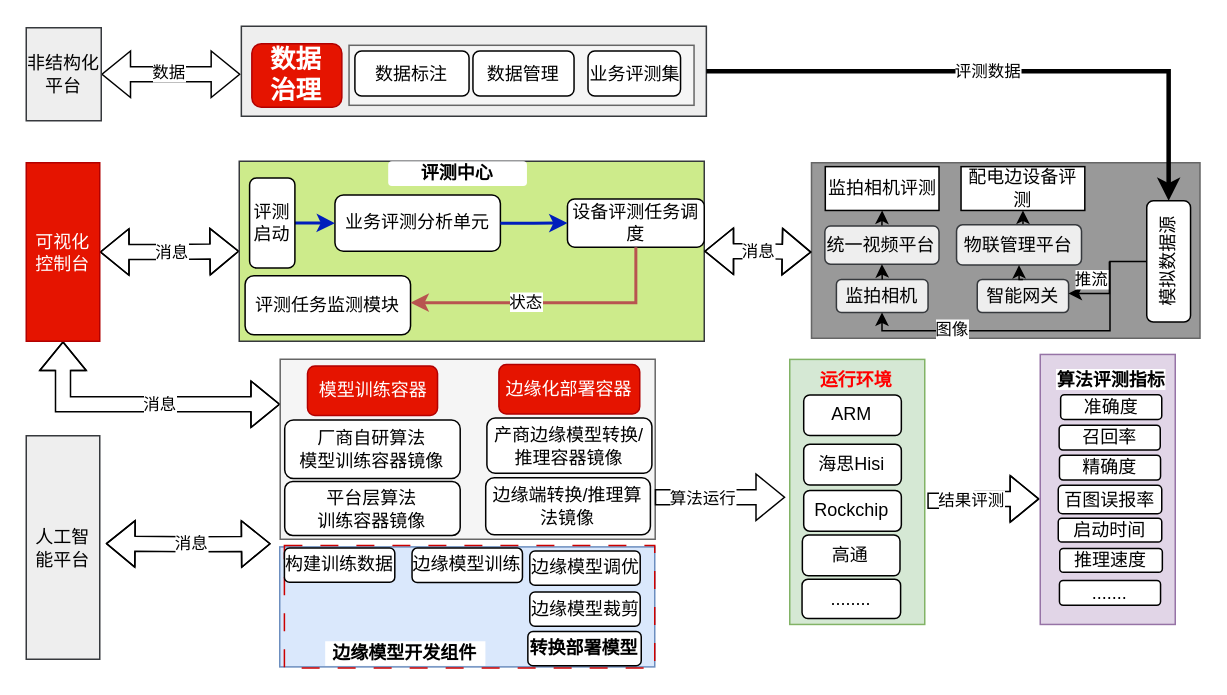
Before: page "第 1 页" (1 of 2) of 验证实验评测平台4.0.drawio in paleblackless/diagrams, a draw.io diagram. Source tidied: cells renumbered, new cells numbered last; positions are measured from the earlier drawing's top-left corner, leaving out a move shared by most shapes. Both pictures are drawn from the tidied source at 150%, with x=0, y=0 at pixel (26, 26).
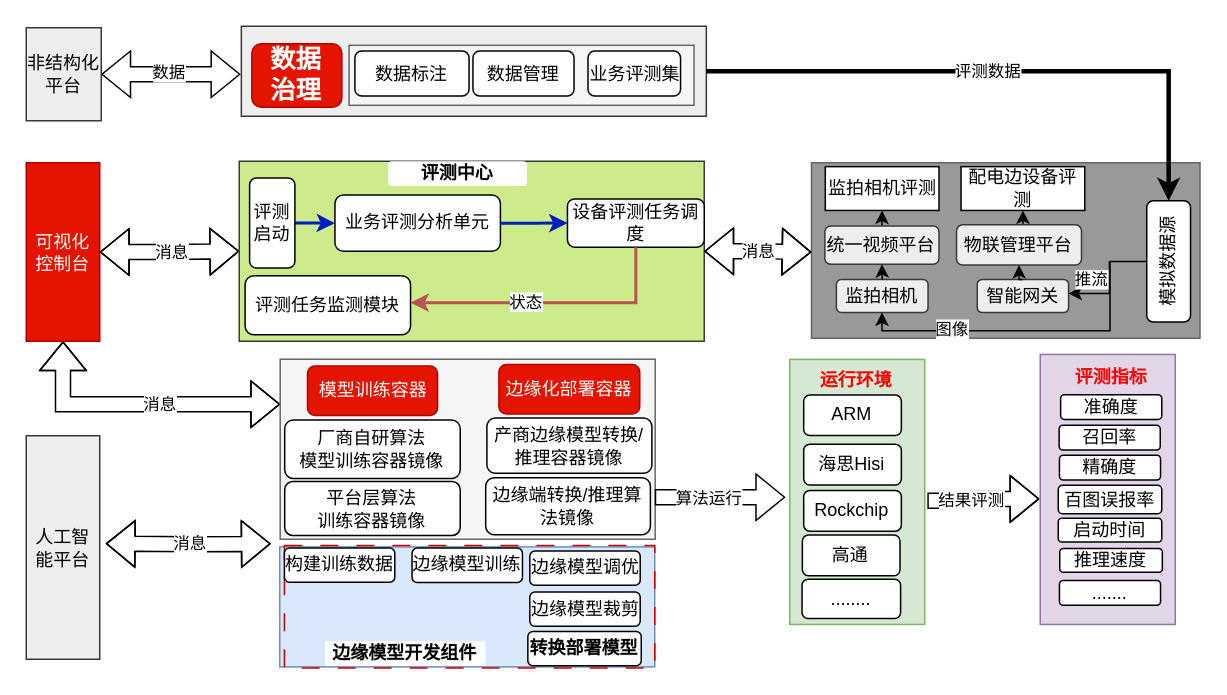
Above is the later version.

Commit message (it also covers changes not shown here):
更新验证实验评测平台4.0.drawio

The change refers to these unchanged cells:
```xml
<mxCell id="5" style="edgeStyle=orthogonalEdgeStyle;rounded=0;orthogonalLoop=1;jettySize=auto;html=1;exitX=1;exitY=0.5;exitDx=0;exitDy=0;shape=flexArrow;startArrow=block;strokeWidth=1;" parent="1" edge="1">
  <mxGeometry relative="1" as="geometry">
    <mxPoint x="53" y="344.9" as="sourcePoint" />
    <mxPoint x="163" y="345" as="targetPoint" />
  </mxGeometry>
</mxCell>
<mxCell id="78" style="edgeStyle=orthogonalEdgeStyle;rounded=0;orthogonalLoop=1;jettySize=auto;html=1;entryX=0;entryY=0.509;entryDx=0;entryDy=0;entryPerimeter=0;shape=flexArrow;startArrow=none;startFill=0;" parent="1" edge="1">
  <mxGeometry relative="1" as="geometry">
    <mxPoint x="419" y="314" as="sourcePoint" />
    <mxPoint x="506" y="314" as="targetPoint" />
  </mxGeometry>
</mxCell>
<mxCell id="82" style="group;" parent="1" vertex="1">
  <mxGeometry x="676" y="218.8" width="90" height="180" as="geometry" />
</mxCell>
```

What changed in the source:
```diff
@@
     <mxCell id="6" value="消息" style="edgeLabel;html=1;align=center;verticalAlign=middle;" parent="5" vertex="1">
       <mxGeometry x="0.14" y="1" relative="1" as="geometry">
-        <mxPoint x="-6" as="offset" />
+        <mxPoint x="-7" as="offset" />
       </mxGeometry>
     </mxCell>
@@
     <mxCell id="79" value="算法运行" style="edgeLabel;html=1;align=center;verticalAlign=middle;" parent="78" vertex="1">
       <mxGeometry x="-0.16" relative="1" as="geometry">
-        <mxPoint x="-6" as="offset" />
+        <mxPoint x="-2" as="offset" />
       </mxGeometry>
     </mxCell>
@@
-    <mxCell id="88" value="&lt;b style=&quot;border-color: var(--border-color); background-color: rgb(255, 255, 255);&quot;&gt;算法评测指标&lt;/b&gt;" style="text;html=1;strokeColor=none;fillColor=none;align=center;verticalAlign=middle;whiteSpace=wrap;rounded=0;" parent="82" vertex="1">
-      <mxGeometry x="8.6" y="3.2" width="76.5" height="27.5" as="geometry" />
+    <mxCell id="88" value="&lt;b style=&quot;border-color: var(--border-color);&quot;&gt;&lt;font color=&quot;#ff0000&quot;&gt;评测指标&lt;/font&gt;&lt;/b&gt;" style="text;html=1;strokeColor=none;fillColor=none;align=center;verticalAlign=middle;whiteSpace=wrap;rounded=0;" parent="82" vertex="1">
+      <mxGeometry x="10" y="1.2" width="75.1" height="27.6" as="geometry" />
     </mxCell>
```
